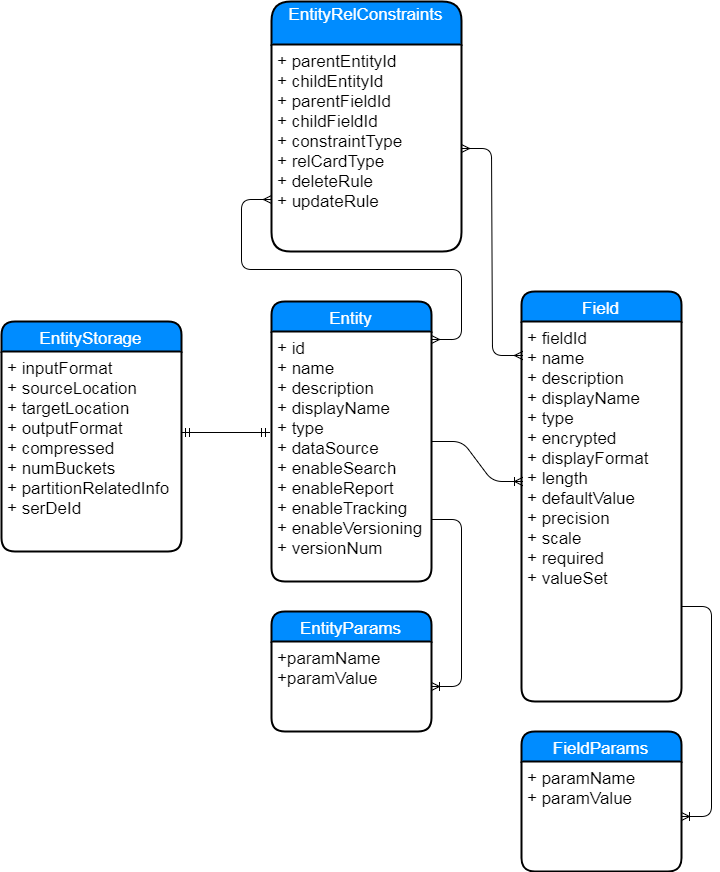
Earlier version of the draw.io export entity.png (sandhyaagarwal/diagrams). Source tidied: cells renumbered, new cells last; positions are measured from the earlier drawing's top-left corner, leaving out a move shared by most shapes.
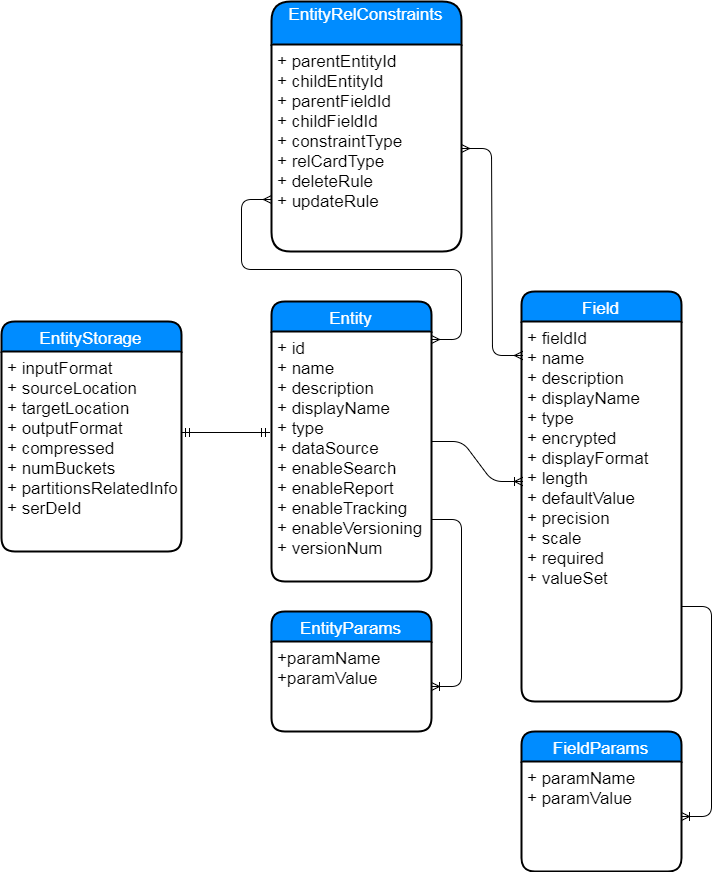
The same diagram one commit later.

Change to the diagram source:
```diff
@@ -43,7 +43,7 @@
     <mxCell id="14" value="EntityStorage" style="swimlane;horizontal=1;startSize=30;fillColor=#008cff;fontColor=#FFFFFF;rounded=1;fontSize=17;fontStyle=0;strokeWidth=2;shadow=0;dashed=0;align=center;" parent="1" vertex="1">
       <mxGeometry y="320" width="180" height="230" as="geometry" />
     </mxCell>
-    <mxCell id="15" value="+ inputFormat&#10;+ sourceLocation&#10;+ targetLocation&#10;+ outputFormat&#10;+ compressed&#10;+ numBuckets&#10;+ partitionRelatedInfo&#10;+ serDeId" style="align=left;strokeColor=none;fillColor=none;spacingLeft=4;fontSize=17;verticalAlign=top;" parent="14" vertex="1">
+    <mxCell id="15" value="+ inputFormat&#10;+ sourceLocation&#10;+ targetLocation&#10;+ outputFormat&#10;+ compressed&#10;+ numBuckets&#10;+ partitionsRelatedInfo&#10;+ serDeId" style="align=left;strokeColor=none;fillColor=none;spacingLeft=4;fontSize=17;verticalAlign=top;" parent="14" vertex="1">
       <mxGeometry y="30" width="180" height="200" as="geometry" />
     </mxCell>
     <mxCell id="16" value="EntityRelConstraints&#10;" style="swimlane;horizontal=1;startSize=43;fillColor=#008cff;fontColor=#FFFFFF;rounded=1;fontSize=17;fontStyle=0;strokeWidth=2;shadow=0;dashed=0;align=center;" parent="1" vertex="1">
```
